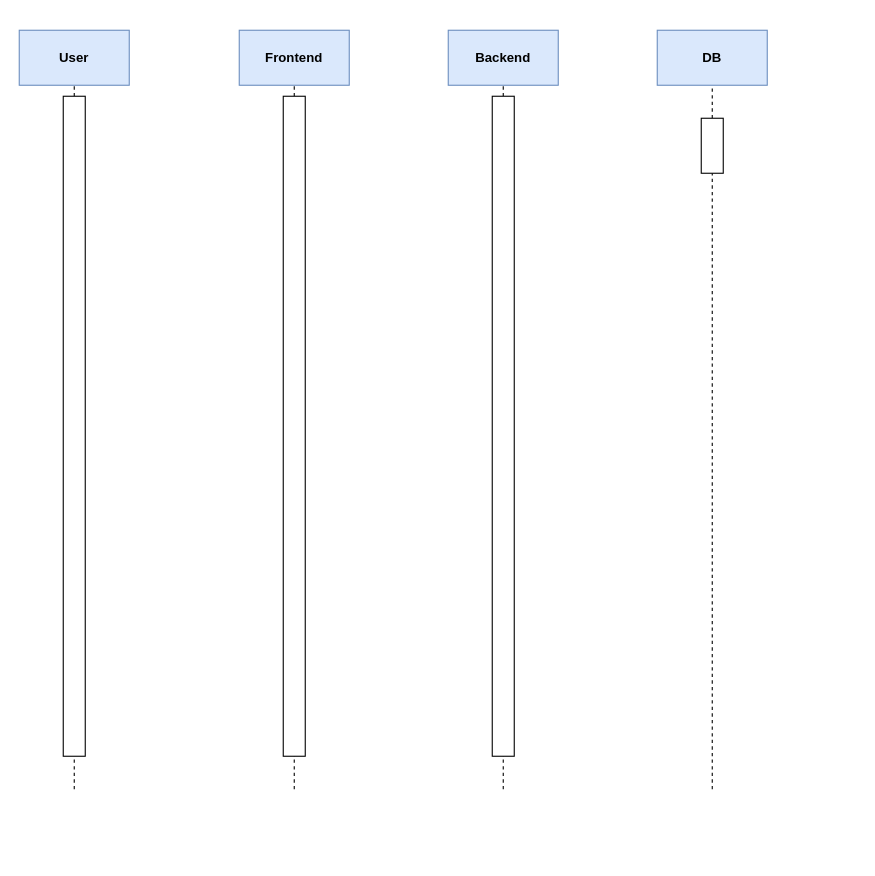
This is Diagramme/Sequenzdiagramm.drawio from Cervisiomatisch/SpringBoot_UserManagement, a draw.io file, before an edit. Source tidied: cells renumbered, new cells numbered last; positions are measured from the earlier drawing's top-left corner, leaving out a move shared by most shapes. Both pictures are drawn from the tidied source at 110%, with x=0, y=0 at pixel (19, 30).
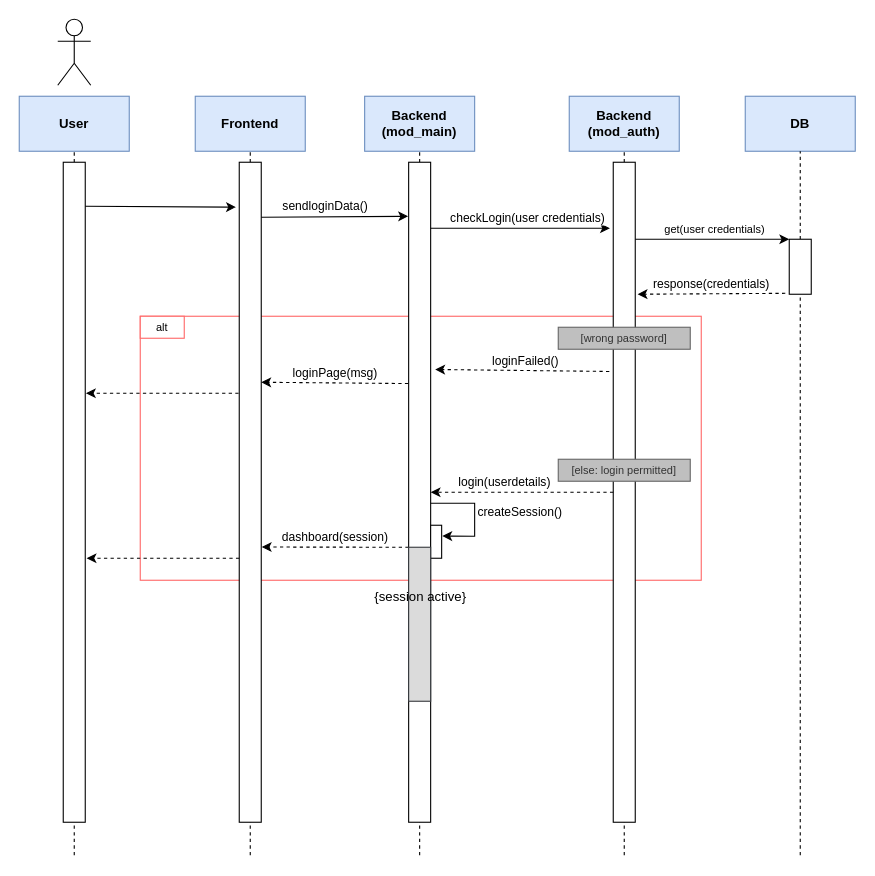
After the change.

What changed in the source:
```diff
@@
+    <mxCell id="16" style="whiteSpace=wrap;html=1;fillColor=none;strokeColor=#FF6666;" parent="1" vertex="1">
+      <mxGeometry x="110" y="260" width="510" height="240" as="geometry" />
+    </mxCell>
     <mxCell id="2" style="endArrow=none;dashed=1;html=1;rounded=0;" parent="1" edge="1" source="6">
       <mxGeometry relative="1" as="geometry">
-        <mxPoint x="50" y="50" as="targetPoint" />
+        <mxPoint x="50" y="110" as="targetPoint" />
       </mxGeometry>
     </mxCell>
     <mxCell id="3" value="&lt;b&gt;User&lt;/b&gt;" style="rounded=0;whiteSpace=wrap;html=1;fillColor=#dae8fc;strokeColor=#6c8ebf;" parent="1" vertex="1">
-      <mxGeometry width="100" height="50" as="geometry" />
+      <mxGeometry y="60" width="100" height="50" as="geometry" />
     </mxCell>
     <mxCell id="4" value="&lt;b&gt;Frontend&lt;/b&gt;" style="rounded=0;whiteSpace=wrap;html=1;fillColor=#dae8fc;strokeColor=#6c8ebf;" parent="1" vertex="1">
-      <mxGeometry x="200" width="100" height="50" as="geometry" />
+      <mxGeometry x="160" y="60" width="100" height="50" as="geometry" />
     </mxCell>
     <mxCell id="5" style="endArrow=none;dashed=1;html=1;rounded=0;" parent="1" edge="1" target="6">
       <mxGeometry relative="1" as="geometry">
-        <mxPoint x="50" y="690" as="sourcePoint" />
+        <mxPoint x="50" y="750" as="sourcePoint" />
       </mxGeometry>
     </mxCell>
     <mxCell id="6" style="rounded=0;whiteSpace=wrap;html=1;" parent="1" vertex="1">
-      <mxGeometry x="40" y="60" width="20" height="600" as="geometry" />
+      <mxGeometry x="40" y="120" width="20" height="600" as="geometry" />
     </mxCell>
     <mxCell id="7" style="endArrow=none;dashed=1;html=1;rounded=0;" parent="1" edge="1" target="4">
       <mxGeometry relative="1" as="geometry">
-        <mxPoint x="250" y="690" as="sourcePoint" />
+        <mxPoint x="210" y="750" as="sourcePoint" />
       </mxGeometry>
     </mxCell>
     <mxCell id="8" style="rounded=0;whiteSpace=wrap;html=1;" parent="1" vertex="1">
-      <mxGeometry x="240" y="60" width="20" height="600" as="geometry" />
+      <mxGeometry x="200" y="120" width="20" height="600" as="geometry" />
     </mxCell>
-    <mxCell id="9" value="Backend" style="rounded=0;whiteSpace=wrap;html=1;fillColor=#dae8fc;strokeColor=#6c8ebf;fontStyle=1;" parent="1" vertex="1">
-      <mxGeometry x="390" width="100" height="50" as="geometry" />
+    <mxCell id="9" value="Backend&lt;div&gt;(mod_main)&lt;/div&gt;" style="rounded=0;whiteSpace=wrap;html=1;fillColor=#dae8fc;strokeColor=#6c8ebf;fontStyle=1;" parent="1" vertex="1">
+      <mxGeometry x="314" y="60" width="100" height="50" as="geometry" />
     </mxCell>
     <mxCell id="10" style="endArrow=none;dashed=1;html=1;rounded=0;fontStyle=1;" parent="1" edge="1" target="9">
       <mxGeometry relative="1" as="geometry">
-        <mxPoint x="440" y="690" as="sourcePoint" />
+        <mxPoint x="364" y="750" as="sourcePoint" />
       </mxGeometry>
     </mxCell>
     <mxCell id="11" style="rounded=0;whiteSpace=wrap;html=1;fontStyle=1;" parent="1" vertex="1">
-      <mxGeometry x="430" y="60" width="20" height="600" as="geometry" />
+      <mxGeometry x="354" y="120" width="20" height="600" as="geometry" />
     </mxCell>
     <mxCell id="12" value="&lt;b&gt;DB&lt;/b&gt;" style="rounded=0;whiteSpace=wrap;html=1;fillColor=#dae8fc;strokeColor=#6c8ebf;" parent="1" vertex="1">
-      <mxGeometry x="580" width="100" height="50" as="geometry" />
+      <mxGeometry x="660" y="60" width="100" height="50" as="geometry" />
     </mxCell>
@@
     <mxCell id="14" style="endArrow=none;dashed=1;html=1;rounded=0;" parent="1" edge="1" target="15">
       <mxGeometry relative="1" as="geometry">
-        <mxPoint x="630" y="690" as="sourcePoint" />
+        <mxPoint x="710" y="750" as="sourcePoint" />
       </mxGeometry>
     </mxCell>
     <mxCell id="15" style="rounded=0;whiteSpace=wrap;html=1;" parent="1" vertex="1">
-      <mxGeometry x="620" y="80" width="20" height="50" as="geometry" />
+      <mxGeometry x="700" y="190" width="20" height="50" as="geometry" />
     </mxCell>
+    <mxCell id="17" style="shape=umlActor;verticalLabelPosition=bottom;verticalAlign=top;html=1;" parent="1" vertex="1">
+      <mxGeometry x="35" y="-10" width="30" height="60" as="geometry" />
+    </mxCell>
+    <mxCell id="18" style="endArrow=classic;html=1;rounded=0;entryX=-0.15;entryY=0.068;entryDx=0;entryDy=0;entryPerimeter=0;" parent="1" edge="1" target="8">
+      <mxGeometry relative="1" as="geometry">
+        <mxPoint x="60" y="160" as="sourcePoint" />
+      </mxGeometry>
+    </mxCell>
+    <mxCell id="19" style="endArrow=classic;html=1;rounded=0;entryX=-0.025;entryY=0.082;entryDx=0;entryDy=0;entryPerimeter=0;" parent="1" edge="1" target="11">
+      <mxGeometry relative="1" as="geometry">
+        <mxPoint x="220" y="170" as="sourcePoint" />
+      </mxGeometry>
+    </mxCell>
+    <mxCell id="20" value="sendloginData()" style="edgeLabel;html=1;align=center;verticalAlign=middle;" parent="19" vertex="1">
+      <mxGeometry x="0.22" y="1" relative="1" as="geometry">
+        <mxPoint x="-23" y="-9" as="offset" />
+      </mxGeometry>
+    </mxCell>
+    <mxCell id="21" style="endArrow=classic;html=1;rounded=0;entryX=-0.15;entryY=0.1;entryDx=0;entryDy=0;entryPerimeter=0;" parent="1" edge="1" target="28">
+      <mxGeometry relative="1" as="geometry">
+        <mxPoint x="374" y="180" as="sourcePoint" />
+      </mxGeometry>
+    </mxCell>
+    <mxCell id="22" value="checkLogin(user credentials)" style="edgeLabel;html=1;align=center;verticalAlign=middle;" parent="21" vertex="1">
+      <mxGeometry x="-0.15" y="-2" relative="1" as="geometry">
+        <mxPoint x="18" y="-12" as="offset" />
+      </mxGeometry>
+    </mxCell>
+    <mxCell id="23" style="endArrow=classic;html=1;rounded=0;exitX=-0.02;exitY=0.302;exitDx=0;exitDy=0;dashed=1;exitPerimeter=0;" parent="1" edge="1">
+      <mxGeometry relative="1" as="geometry">
+        <mxPoint x="353.6" y="321.2" as="sourcePoint" />
+        <mxPoint x="220" y="320" as="targetPoint" />
+      </mxGeometry>
+    </mxCell>
+    <mxCell id="24" value="loginPage(msg)" style="edgeLabel;html=1;align=center;verticalAlign=middle;" parent="23" vertex="1">
+      <mxGeometry x="-0.23" y="1" relative="1" as="geometry">
+        <mxPoint x="-16" y="-10" as="offset" />
+      </mxGeometry>
+    </mxCell>
+    <mxCell id="25" style="endArrow=classic;html=1;rounded=0;exitX=-0.04;exitY=0.315;exitDx=0;exitDy=0;exitPerimeter=0;entryX=1.02;entryY=0.315;entryDx=0;entryDy=0;entryPerimeter=0;dashed=1;" parent="1" edge="1">
+      <mxGeometry relative="1" as="geometry">
+        <mxPoint x="199.4" y="330" as="sourcePoint" />
+        <mxPoint x="60.6" y="330" as="targetPoint" />
+      </mxGeometry>
+    </mxCell>
+    <mxCell id="26" value="Backend&lt;div&gt;(mod_auth)&lt;/div&gt;" style="rounded=0;whiteSpace=wrap;html=1;fillColor=#dae8fc;strokeColor=#6c8ebf;fontStyle=1;" parent="1" vertex="1">
+      <mxGeometry x="500" y="60" width="100" height="50" as="geometry" />
+    </mxCell>
+    <mxCell id="27" style="endArrow=none;dashed=1;html=1;rounded=0;fontStyle=1;" parent="1" edge="1" target="26">
+      <mxGeometry relative="1" as="geometry">
+        <mxPoint x="550" y="750" as="sourcePoint" />
+      </mxGeometry>
+    </mxCell>
+    <mxCell id="28" style="rounded=0;whiteSpace=wrap;html=1;fontStyle=1;" parent="1" vertex="1">
+      <mxGeometry x="540" y="120" width="20" height="600" as="geometry" />
+    </mxCell>
+    <mxCell id="29" style="endArrow=classic;html=1;rounded=0;entryX=0;entryY=0;entryDx=0;entryDy=0;" parent="1" edge="1" target="15">
+      <mxGeometry relative="1" as="geometry">
+        <mxPoint x="560" y="190" as="sourcePoint" />
+      </mxGeometry>
+    </mxCell>
+    <mxCell id="30" value="get(user credentials)" style="edgeLabel;html=1;align=center;verticalAlign=middle;fontSize=10;" parent="29" vertex="1">
+      <mxGeometry x="-0.15" y="-2" relative="1" as="geometry">
+        <mxPoint x="11" y="-12" as="offset" />
+      </mxGeometry>
+    </mxCell>
+    <mxCell id="31" style="endArrow=classic;html=1;rounded=0;dashed=1;exitX=-0.179;exitY=0.983;exitDx=0;exitDy=0;exitPerimeter=0;entryX=1.107;entryY=0.2;entryDx=0;entryDy=0;entryPerimeter=0;" parent="1" edge="1" source="15" target="28">
+      <mxGeometry relative="1" as="geometry" />
+    </mxCell>
+    <mxCell id="32" value="response(credentials)" style="edgeLabel;html=1;align=center;verticalAlign=middle;" parent="31" vertex="1">
+      <mxGeometry x="-0.23" y="1" relative="1" as="geometry">
+        <mxPoint x="-16" y="-10" as="offset" />
+      </mxGeometry>
+    </mxCell>
+    <mxCell id="33" style="endArrow=classic;html=1;rounded=0;exitX=1.04;exitY=0.217;exitDx=0;exitDy=0;exitPerimeter=0;entryX=1.06;entryY=0.327;entryDx=0;entryDy=0;entryPerimeter=0;" parent="1" edge="1" target="42">
+      <mxGeometry relative="1" as="geometry">
+        <mxPoint x="374" y="430" as="sourcePoint" />
+        <Array as="points">
+          <mxPoint x="414" y="430" />
+          <mxPoint x="414" y="460" />
+        </Array>
+      </mxGeometry>
+    </mxCell>
+    <mxCell id="34" value="createSession()" style="edgeLabel;html=1;align=center;verticalAlign=middle;" parent="33" vertex="1">
+      <mxGeometry x="0.12" relative="1" as="geometry">
+        <mxPoint x="40" y="-9" as="offset" />
+      </mxGeometry>
+    </mxCell>
+    <mxCell id="35" value="&lt;font style=&quot;font-size: 10px;&quot;&gt;alt&lt;/font&gt;" style="rounded=0;whiteSpace=wrap;html=1;strokeColor=#FF6666;" parent="1" vertex="1">
+      <mxGeometry x="110" y="260" width="40" height="20" as="geometry" />
+    </mxCell>
+    <mxCell id="36" value="&lt;font style=&quot;font-size: 10px;&quot;&gt;[wrong password]&lt;/font&gt;" style="rounded=0;whiteSpace=wrap;html=1;strokeColor=#666666;fillColor=#BFBFBF;fontColor=#333333;" parent="1" vertex="1">
+      <mxGeometry x="490" y="270" width="120" height="20" as="geometry" />
+    </mxCell>
+    <mxCell id="37" value="&lt;font style=&quot;font-size: 10px;&quot;&gt;[else: login permitted]&lt;/font&gt;" style="rounded=0;whiteSpace=wrap;html=1;strokeColor=#666666;fillColor=#BFBFBF;fontColor=#333333;" parent="1" vertex="1">
+      <mxGeometry x="490" y="390" width="120" height="20" as="geometry" />
+    </mxCell>
+    <mxCell id="38" style="endArrow=classic;html=1;rounded=0;dashed=1;exitX=-0.179;exitY=0.317;exitDx=0;exitDy=0;exitPerimeter=0;entryX=1.207;entryY=0.314;entryDx=0;entryDy=0;entryPerimeter=0;" parent="1" edge="1" source="28" target="11">
+      <mxGeometry relative="1" as="geometry" />
+    </mxCell>
+    <mxCell id="39" value="loginFailed()" style="edgeLabel;html=1;align=center;verticalAlign=middle;" parent="38" vertex="1">
+      <mxGeometry x="-0.23" y="1" relative="1" as="geometry">
+        <mxPoint x="-16" y="-10" as="offset" />
+      </mxGeometry>
+    </mxCell>
+    <mxCell id="40" style="endArrow=classic;html=1;rounded=0;dashed=1;exitX=0;exitY=0.5;exitDx=0;exitDy=0;entryX=1;entryY=0.5;entryDx=0;entryDy=0;" parent="1" edge="1" source="28" target="11">
+      <mxGeometry relative="1" as="geometry" />
+    </mxCell>
+    <mxCell id="41" value="login(userdetails)" style="edgeLabel;html=1;align=center;verticalAlign=middle;" parent="40" vertex="1">
+      <mxGeometry x="-0.23" y="1" relative="1" as="geometry">
+        <mxPoint x="-36" y="-11" as="offset" />
+      </mxGeometry>
+    </mxCell>
+    <mxCell id="42" style="rounded=0;whiteSpace=wrap;html=1;" parent="1" vertex="1">
+      <mxGeometry x="374" y="450" width="10" height="30" as="geometry" />
+    </mxCell>
+    <mxCell id="43" style="endArrow=classic;html=1;rounded=0;exitX=0;exitY=0;exitDx=0;exitDy=0;dashed=1;entryX=1.022;entryY=0.583;entryDx=0;entryDy=0;entryPerimeter=0;" parent="1" edge="1" source="45" target="8">
+      <mxGeometry relative="1" as="geometry" />
+    </mxCell>
+    <mxCell id="44" value="dashboard(session)" style="edgeLabel;html=1;align=center;verticalAlign=middle;" parent="43" vertex="1">
+      <mxGeometry x="-0.23" y="1" relative="1" as="geometry">
+        <mxPoint x="-16" y="-10" as="offset" />
+      </mxGeometry>
+    </mxCell>
+    <mxCell id="45" style="rounded=0;whiteSpace=wrap;html=1;fillColor=#DBDBDB;strokeColor=#36393d;" parent="1" vertex="1">
+      <mxGeometry x="354" y="470" width="20" height="140" as="geometry" />
+    </mxCell>
+    <mxCell id="46" value="{session active}" style="text;html=1;align=center;verticalAlign=middle;whiteSpace=wrap;rounded=0;" parent="1" vertex="1">
+      <mxGeometry x="320" y="500" width="90" height="30" as="geometry" />
+    </mxCell>
+    <mxCell id="47" style="endArrow=classic;html=1;rounded=0;exitX=-0.04;exitY=0.315;exitDx=0;exitDy=0;exitPerimeter=0;entryX=1.02;entryY=0.315;entryDx=0;entryDy=0;entryPerimeter=0;dashed=1;" parent="1" edge="1">
+      <mxGeometry relative="1" as="geometry">
+        <mxPoint x="200" y="480" as="sourcePoint" />
+        <mxPoint x="61.2" y="480" as="targetPoint" />
+      </mxGeometry>
+    </mxCell>
```
